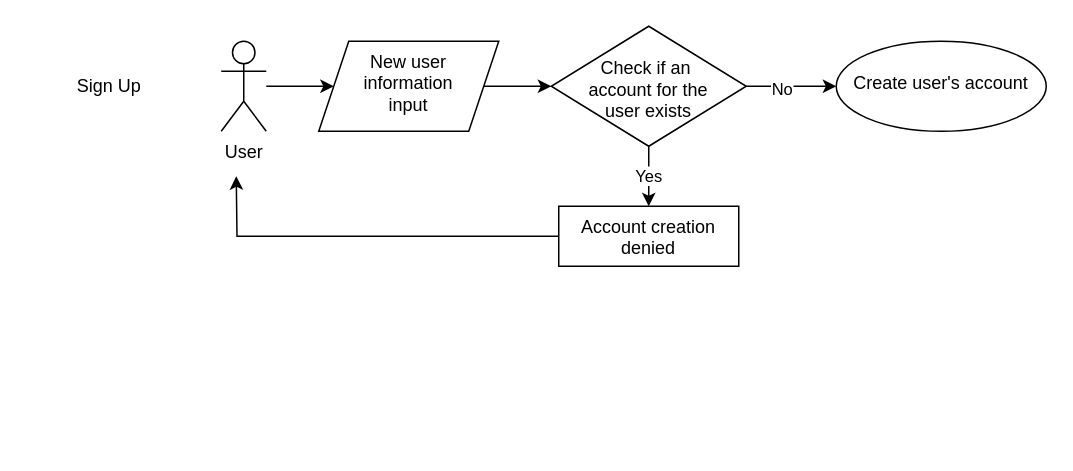
This is context.drawio from M4RL1M/CPSC-362-Chat-App-Project, a draw.io file, before an edit. Source tidied: cells renumbered, new cells numbered last; positions are measured from the earlier drawing's top-left corner, leaving out a move shared by most shapes. Both pictures are drawn from the tidied source at 150%, with x=0, y=0 at pixel (56, 26).
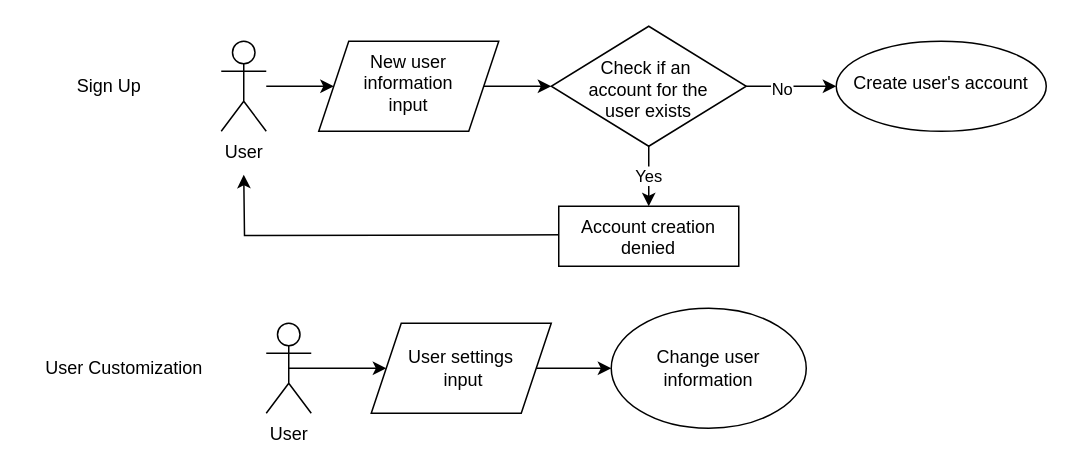
The same diagram, later.

Commit message:
User Customization Update context.drawio

Unchanged cells that the change refers to:
```xml
<mxCell id="12" value="&lt;div&gt;&lt;span style=&quot;background-color: initial;&quot;&gt;Account creation denied&lt;/span&gt;&lt;br&gt;&lt;/div&gt;" style="whiteSpace=wrap;html=1;verticalAlign=top;" parent="1" vertex="1">
  <mxGeometry x="335" y="120" width="120" height="40" as="geometry" />
</mxCell>
```

What changed in the source:
```diff
@@
-    <mxCell id="11" style="edgeStyle=orthogonalEdgeStyle;rounded=0;jettySize=auto;html=1;exitX=0;exitY=0.5;exitDx=0;exitDy=0;" parent="1" edge="1" source="12">
+    <mxCell id="11" style="edgeStyle=orthogonalEdgeStyle;rounded=0;orthogonalLoop=1;jettySize=auto;html=1;exitX=0;exitY=0.5;exitDx=0;exitDy=0;" parent="1" edge="1">
       <mxGeometry relative="1" as="geometry">
-        <mxPoint x="120" y="100" as="targetPoint" />
+        <mxPoint x="340" y="139" as="sourcePoint" />
+        <mxPoint x="125" y="99" as="targetPoint" />
       </mxGeometry>
     </mxCell>
@@
+    <mxCell id="15" value="User Customization" style="text;html=1;align=center;verticalAlign=middle;strokeColor=none;fillColor=none;" parent="1" vertex="1">
+      <mxGeometry x="-20" y="213" width="130" height="30" as="geometry" />
+    </mxCell>
+    <mxCell id="16" style="edgeStyle=orthogonalEdgeStyle;rounded=0;jettySize=auto;html=1;exitX=0.5;exitY=0.5;exitDx=0;exitDy=0;exitPerimeter=0;entryX=0;entryY=0.5;entryDx=0;entryDy=0;" parent="1" edge="1" source="17" target="19">
+      <mxGeometry relative="1" as="geometry" />
+    </mxCell>
+    <mxCell id="17" value="User" style="shape=umlActor;verticalLabelPosition=bottom;verticalAlign=top;html=1;outlineConnect=0;" parent="1" vertex="1">
+      <mxGeometry x="140" y="198" width="30" height="60" as="geometry" />
+    </mxCell>
+    <mxCell id="18" style="edgeStyle=orthogonalEdgeStyle;rounded=0;jettySize=auto;html=1;exitX=1;exitY=0.5;exitDx=0;exitDy=0;entryX=0;entryY=0.5;entryDx=0;entryDy=0;" parent="1" edge="1" source="19" target="20">
+      <mxGeometry relative="1" as="geometry" />
+    </mxCell>
+    <mxCell id="19" value="User settings&lt;div&gt;&amp;nbsp;input&lt;/div&gt;" style="shape=parallelogram;perimeter=parallelogramPerimeter;whiteSpace=wrap;html=1;fixedSize=1;" parent="1" vertex="1">
+      <mxGeometry x="210" y="198" width="120" height="60" as="geometry" />
+    </mxCell>
+    <mxCell id="20" value="Change user&lt;div&gt;information&lt;/div&gt;" style="ellipse;whiteSpace=wrap;html=1;" parent="1" vertex="1">
+      <mxGeometry x="370" y="188" width="130" height="80" as="geometry" />
+    </mxCell>
```
